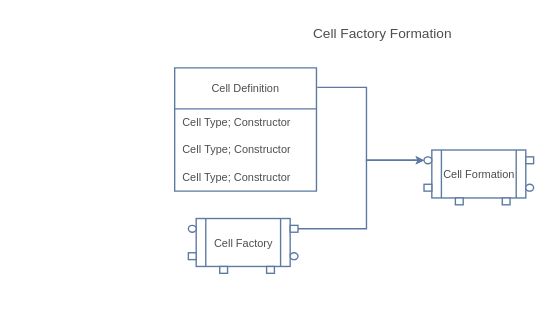
Above: page "cell-factory" (2 of 9) of docs/hivekit.drawio in hiveot/hivekit (draw.io), before the change. Source tidied: cells renumbered, new cells numbered last; positions are measured from the earlier drawing's top-left corner, leaving out a move shared by most shapes. Both pictures are drawn from the tidied source at 137%, with x=0, y=0 at pixel (174, 26). Pictures stored in the file or linked from it are replaced by grey dashed boxes.
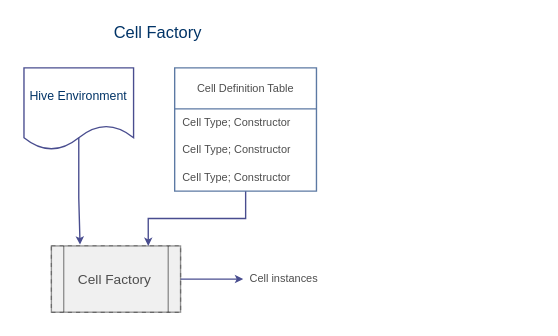
The same diagram, later.

What changed in the source:
```diff
@@
+    <mxCell id="25" style="fillColor=#E6E6E6;strokeColor=#999999;dashed=1;verticalLabelPosition=bottom;labelBackgroundColor=default;verticalAlign=top;fontSize=14;" parent="1" vertex="1">
+      <mxGeometry x="-90" y="160" width="94.3" height="48.4" as="geometry" />
+    </mxCell>
+    <mxCell id="4" value="&lt;font style=&quot;font-size: 10px;&quot;&gt;Cell Factory&lt;/font&gt;" style="shape=process;whiteSpace=wrap;html=1;backgroundOutline=1;strokeColor=default;fontSize=9;fontColor=#4D4D4D;opacity=40;opacityGroup=1;" parent="1" vertex="1">
+      <mxGeometry x="-90" y="160" width="94.3" height="48.4" as="geometry" />
+    </mxCell>
+    <mxCell id="26" style="edgeStyle=orthogonalEdgeStyle;shape=connector;rounded=0;jettySize=auto;html=1;strokeColor=#494D8F;align=center;verticalAlign=middle;fontFamily=Helvetica;fontSize=11;fontColor=default;labelBackgroundColor=default;startSize=3;endArrow=classic;endSize=3;entryX=0;entryY=0.5;entryDx=0;entryDy=0;" parent="1" edge="1" source="4" target="30">
+      <mxGeometry relative="1" as="geometry" />
+    </mxCell>
-    <mxCell id="2" value="Cell Factory Formation" style="text;html=1;align=center;verticalAlign=middle;whiteSpace=wrap;rounded=0;fontSize=10;fontColor=#4D4D4D;" parent="1" vertex="1">
-      <mxGeometry x="100" width="103.5" height="10" as="geometry" />
+    <mxCell id="2" value="Cell Factory" style="text;html=1;align=center;verticalAlign=middle;whiteSpace=wrap;rounded=0;fontSize=12;fontColor=#003366;" parent="1" vertex="1">
+      <mxGeometry x="-64.3" width="103.5" height="10" as="geometry" />
     </mxCell>
-    <mxCell id="3" style="group;" parent="1" vertex="1">
-      <mxGeometry x="10" y="140" width="80" height="40" as="geometry" />
-    </mxCell>
-    <mxCell id="4" value="&lt;span style=&quot;font-size: 8px;&quot;&gt;Cell Factory&lt;/span&gt;" style="shape=process;whiteSpace=wrap;html=1;backgroundOutline=1;strokeColor=#5C79A3;fontSize=9;fontColor=#4D4D4D;" parent="3" vertex="1">
-      <mxGeometry x="5.7" width="68.6" height="35" as="geometry" />
-    </mxCell>
-    <mxCell id="5" style="html=1;rounded=0;strokeColor=#5C79A3;" parent="3" vertex="1">
-      <mxGeometry x="74.3" y="5" width="5.7" height="5" as="geometry" />
-    </mxCell>
-    <mxCell id="6" style="html=1;rounded=0;rotation=-180;strokeColor=#5C79A3;" parent="3" vertex="1">
-      <mxGeometry y="25" width="5.7" height="5" as="geometry" />
-    </mxCell>
-    <mxCell id="7" style="html=1;rounded=0;rotation=-180;strokeColor=#5C79A3;" parent="3" vertex="1">
-      <mxGeometry x="22.9" y="35" width="5.7" height="5" as="geometry" />
-    </mxCell>
-    <mxCell id="8" style="html=1;rounded=0;rotation=-180;strokeColor=#5C79A3;" parent="3" vertex="1">
-      <mxGeometry x="57.1" y="35" width="5.7" height="5" as="geometry" />
-    </mxCell>
-    <mxCell id="9" style="ellipse;whiteSpace=wrap;html=1;strokeColor=#5C79A3;" parent="3" vertex="1">
-      <mxGeometry y="5" width="5.7" height="5" as="geometry" />
-    </mxCell>
-    <mxCell id="10" style="ellipse;whiteSpace=wrap;html=1;strokeColor=#5C79A3;" parent="3" vertex="1">
-      <mxGeometry x="74.3" y="25" width="5.7" height="5" as="geometry" />
-    </mxCell>
+    <mxCell id="27" style="edgeStyle=orthogonalEdgeStyle;shape=connector;rounded=0;jettySize=auto;html=1;entryX=0.75;entryY=0;entryDx=0;entryDy=0;strokeColor=#494D8F;align=center;verticalAlign=middle;fontFamily=Helvetica;fontSize=11;fontColor=default;labelBackgroundColor=default;startSize=3;endArrow=classic;endSize=3;" parent="1" edge="1" source="11" target="4">
+      <mxGeometry x="0.17" relative="1" as="geometry" />
+    </mxCell>
-    <mxCell id="11" value="Cell Definition" style="swimlane;fontStyle=0;horizontal=1;startSize=30;whiteSpace=wrap;html=1;fontSize=8;strokeColor=#5C79A3;fontColor=#4D4D4D;" parent="1" vertex="1">
+    <mxCell id="11" value="Cell Definition Table" style="swimlane;fontStyle=0;horizontal=1;startSize=30;whiteSpace=wrap;html=1;fontSize=8;strokeColor=#5C79A3;fontColor=#4D4D4D;" parent="1" vertex="1">
       <mxGeometry y="30" width="103.5" height="90" as="geometry" />
     </mxCell>
@@
-    <mxCell id="15" style="group;" parent="1" vertex="1">
-      <mxGeometry x="182" y="90" width="80" height="40" as="geometry" />
-    </mxCell>
-    <mxCell id="16" value="&lt;span style=&quot;font-size: 8px;&quot;&gt;Cell Formation&lt;/span&gt;" style="shape=process;whiteSpace=wrap;html=1;backgroundOutline=1;strokeColor=#5C79A3;fontSize=9;fontColor=#4D4D4D;" parent="15" vertex="1">
-      <mxGeometry x="5.7" width="68.6" height="35" as="geometry" />
-    </mxCell>
-    <mxCell id="17" style="html=1;rounded=0;strokeColor=#5C79A3;" parent="15" vertex="1">
-      <mxGeometry x="74.3" y="5" width="5.7" height="5" as="geometry" />
-    </mxCell>
-    <mxCell id="18" style="html=1;rounded=0;rotation=-180;strokeColor=#5C79A3;" parent="15" vertex="1">
-      <mxGeometry y="25" width="5.7" height="5" as="geometry" />
-    </mxCell>
-    <mxCell id="19" style="html=1;rounded=0;rotation=-180;strokeColor=#5C79A3;" parent="15" vertex="1">
-      <mxGeometry x="22.9" y="35" width="5.7" height="5" as="geometry" />
-    </mxCell>
-    <mxCell id="20" style="html=1;rounded=0;rotation=-180;strokeColor=#5C79A3;" parent="15" vertex="1">
-      <mxGeometry x="57.1" y="35" width="5.7" height="5" as="geometry" />
-    </mxCell>
-    <mxCell id="21" style="ellipse;whiteSpace=wrap;html=1;strokeColor=#5C79A3;" parent="15" vertex="1">
-      <mxGeometry y="5" width="5.7" height="5" as="geometry" />
-    </mxCell>
-    <mxCell id="22" style="ellipse;whiteSpace=wrap;html=1;strokeColor=#5C79A3;" parent="15" vertex="1">
-      <mxGeometry x="74.3" y="25" width="5.7" height="5" as="geometry" />
-    </mxCell>
-    <mxCell id="23" style="edgeStyle=orthogonalEdgeStyle;rounded=0;jettySize=auto;html=1;entryX=1.006;entryY=0.159;entryDx=0;entryDy=0;entryPerimeter=0;endArrow=none;endFill=0;startArrow=classic;startFill=1;strokeColor=#5C79A3;exitX=0;exitY=0.5;exitDx=0;exitDy=0;endSize=3;startSize=3;" parent="1" edge="1" source="21" target="11">
-      <mxGeometry relative="1" as="geometry">
-        <Array as="points">
-          <mxPoint x="140" y="97.5" />
-          <mxPoint x="140" y="44.3" />
-        </Array>
-      </mxGeometry>
-    </mxCell>
-    <mxCell id="24" style="edgeStyle=orthogonalEdgeStyle;rounded=0;jettySize=auto;html=1;entryX=0;entryY=0.5;entryDx=0;entryDy=0;fontColor=#5C79A3;strokeColor=#5C79A3;endSize=3;startSize=3;" parent="1" edge="1" source="5" target="21">
-      <mxGeometry relative="1" as="geometry">
-        <Array as="points">
-          <mxPoint x="140" y="147.5" />
-          <mxPoint x="140" y="97.5" />
-        </Array>
-      </mxGeometry>
-    </mxCell>
+    <mxCell id="28" value="&lt;span style=&quot;color: rgb(0, 51, 102);&quot;&gt;Hive Environment&lt;/span&gt;" style="shape=document;whiteSpace=wrap;html=1;boundedLbl=1;strokeColor=#494D8F;fontColor=default;rounded=0;align=center;verticalAlign=middle;fontFamily=Helvetica;fontSize=9;labelBackgroundColor=default;" parent="1" vertex="1">
+      <mxGeometry x="-110" y="30" width="80" height="60" as="geometry" />
+    </mxCell>
+    <mxCell id="29" style="edgeStyle=orthogonalEdgeStyle;shape=connector;rounded=0;jettySize=auto;html=1;entryX=0.222;entryY=-0.02;entryDx=0;entryDy=0;strokeColor=#494D8F;align=center;verticalAlign=middle;fontFamily=Helvetica;fontSize=11;fontColor=default;labelBackgroundColor=default;startSize=3;endArrow=classic;endSize=3;exitX=0.5;exitY=0.851;exitDx=0;exitDy=0;exitPerimeter=0;entryPerimeter=0;" parent="1" edge="1" source="28" target="4">
+      <mxGeometry x="0.14" relative="1" as="geometry" />
+    </mxCell>
+    <mxCell id="30" value="Cell instances" style="text;html=1;whiteSpace=wrap;strokeColor=none;fillColor=none;align=center;verticalAlign=middle;rounded=0;fontFamily=Helvetica;fontSize=8;fontColor=#4D4D4D;fontStyle=0;horizontal=1;" parent="1" vertex="1">
+      <mxGeometry x="50" y="169.2" width="60" height="30" as="geometry" />
+    </mxCell>
```
